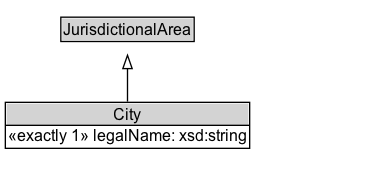
Earlier version of the Graphviz export docs/diagrams/City.dot.png (ISO-TC204/ontology-cdm-p2-v1). Its source is kept beside it as docs/diagrams/City.dot. Its diagram source:
```dot
digraph {
	graph [overlap=false rankdir=TB splines=true]
	node [fontname=Arial fontsize=12 margin=0 shape=none]
	edge [fontname=Arial fontsize=11]
	{
		rank=max
		City [label=<<TABLE BORDER="1" CELLBORDER="0" CELLSPACING="0" CELLPADDING="1"><TR><TD BGCOLOR="lightgray" ALIGN="CENTER" PORT="e">City</TD></TR><HR/><TR><TD ALIGN="LEFT">«exactly 1» legalName: xsd:string</TD></TR></TABLE>> URL="../City.md" margin=0]
	}
	subgraph cluster_associated {
		label="" style=invis
		Invis [label=<<TABLE BORDER="0" CELLBORDER="0" CELLSPACING="0" CELLPADDING="1"><TR><TD></TD></TR></TABLE>> margin=0 style=invis]
	}
	JurisdictionalArea [label=<<TABLE BORDER="1" CELLBORDER="0" CELLSPACING="0" CELLPADDING="1"><TR><TD BGCOLOR="lightgray" ALIGN="CENTER">JurisdictionalArea</TD></TR></TABLE>> URL="../JurisdictionalArea.md" margin=0]
	City -> JurisdictionalArea [arrowhead=onormal style=solid]
}
```
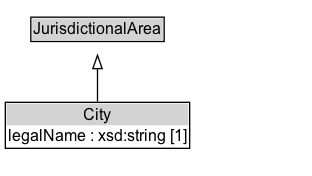
The same diagram one commit later.

What changed in the source:
```diff
@@ -3,13 +3,16 @@
 	node [fontname=Arial fontsize=12 margin=0 shape=none]
 	edge [fontname=Arial fontsize=11]
 	{
+		rank=source
+		JurisdictionalArea [label=<<TABLE BORDER="1" CELLBORDER="0" CELLSPACING="0" CELLPADDING="1"><TR><TD BGCOLOR="lightgray" ALIGN="CENTER">JurisdictionalArea</TD></TR></TABLE>> URL="../JurisdictionalArea" margin=0]
+	}
+	City [label=<<TABLE BORDER="1" CELLBORDER="0" CELLSPACING="0" CELLPADDING="1"><TR><TD BGCOLOR="lightgray" ALIGN="CENTER">City</TD></TR><TR><TD ALIGN="LEFT">legalName : xsd:string [1]</TD></TR></TABLE>> URL="../City" margin=0]
+	{
 		rank=max
-		City [label=<<TABLE BORDER="1" CELLBORDER="0" CELLSPACING="0" CELLPADDING="1"><TR><TD BGCOLOR="lightgray" ALIGN="CENTER" PORT="e">City</TD></TR><HR/><TR><TD ALIGN="LEFT">«exactly 1» legalName: xsd:string</TD></TR></TABLE>> URL="../City.md" margin=0]
 	}
 	subgraph cluster_associated {
 		label="" style=invis
 		Invis [label=<<TABLE BORDER="0" CELLBORDER="0" CELLSPACING="0" CELLPADDING="1"><TR><TD></TD></TR></TABLE>> margin=0 style=invis]
 	}
-	JurisdictionalArea [label=<<TABLE BORDER="1" CELLBORDER="0" CELLSPACING="0" CELLPADDING="1"><TR><TD BGCOLOR="lightgray" ALIGN="CENTER">JurisdictionalArea</TD></TR></TABLE>> URL="../JurisdictionalArea.md" margin=0]
 	City -> JurisdictionalArea [arrowhead=onormal style=solid]
 }
```
